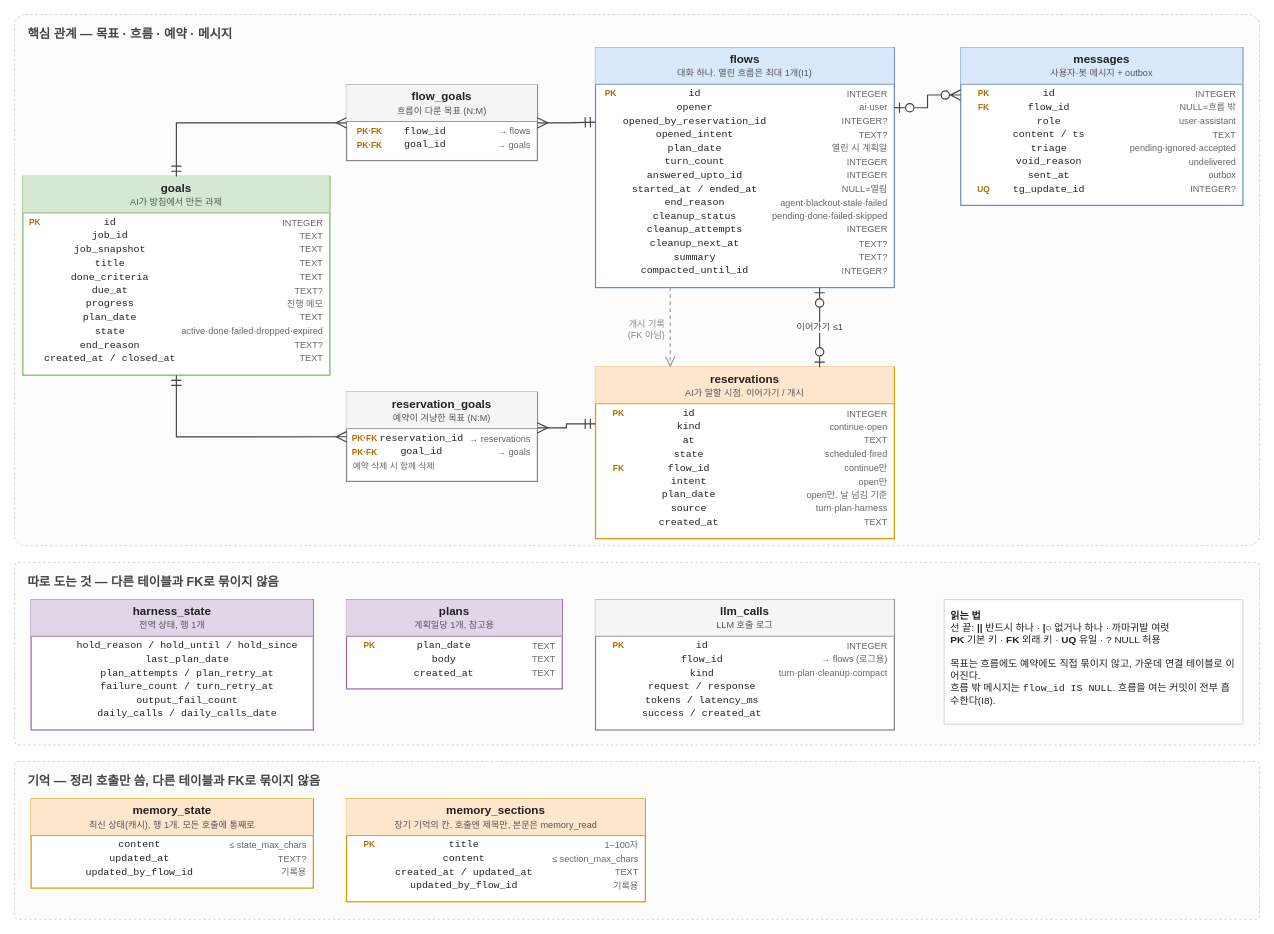
This is docs/harness-erd.drawio from carol-sh/aigan, a draw.io file, before an edit. Source tidied: cells renumbered, new cells numbered last; positions are measured from the earlier drawing's top-left corner, leaving out a move shared by most shapes. Both pictures are drawn from the tidied source at 83%, with x=0, y=0 at pixel (14, 14).
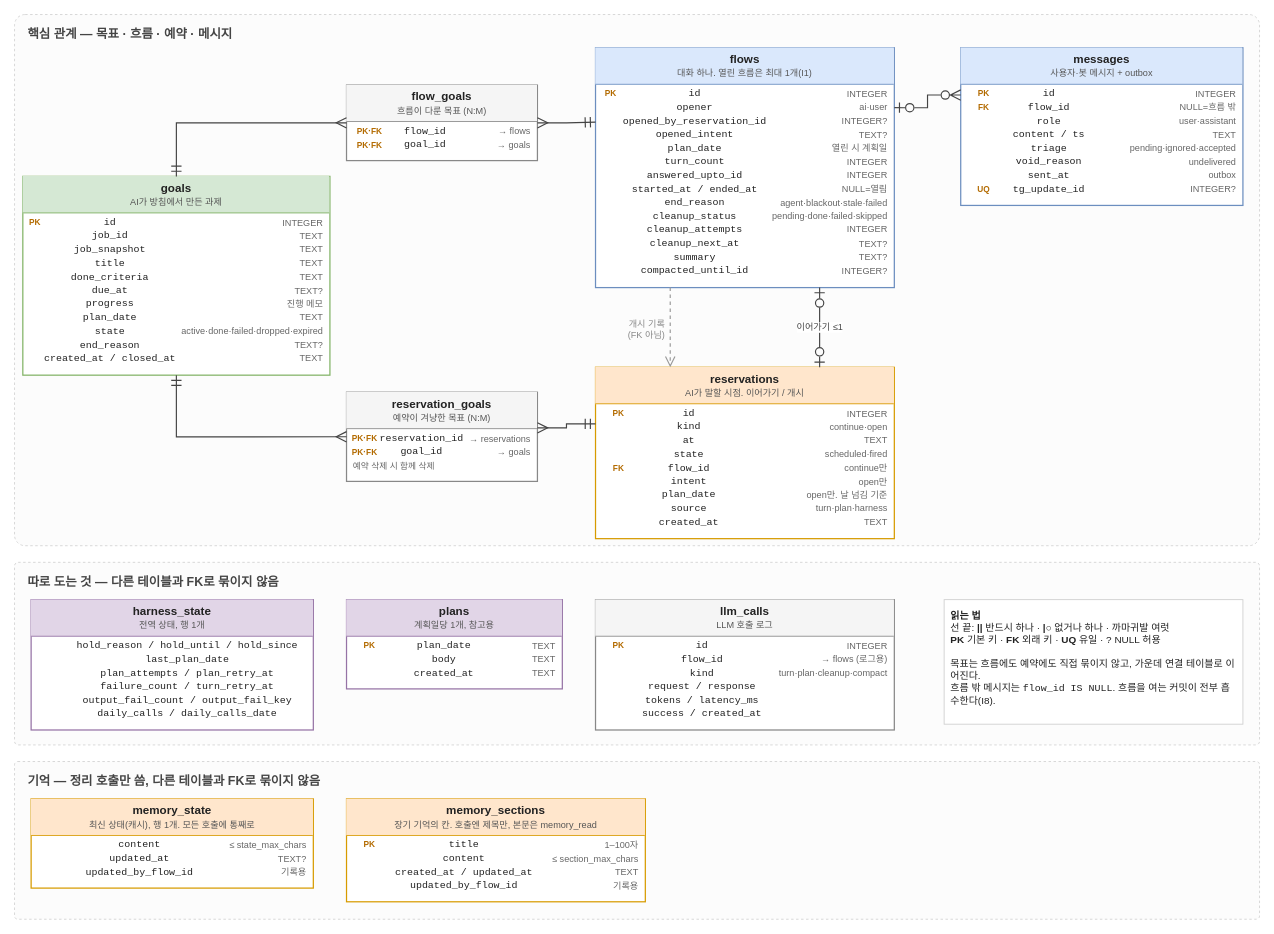
The same diagram, later.

Commit message (it also covers changes not shown here):
docs(v4): waking-window due_at, cumulative re-ask, per-trigger output failures, plan sees expired progress

Claude-Session: https://claude.ai/code/session_01KmJ62PniUGbX3qL5QWqR6C

Diff of the diagram source:
```diff
@@
-    <mxCell id="10" value="&lt;div style='background:#e1d5e7;border-bottom:1px solid #9673a6;padding:6px 0;font-weight:bold;font-size:14px;color:#222'&gt;harness_state&lt;div style='font-weight:normal;font-size:11px;color:#555;margin-top:2px'&gt;전역 상태, 행 1개&lt;/div&gt;&lt;/div&gt;&lt;table style='width:100%;border-collapse:collapse;margin-top:3px;padding:0 6px' cellpadding='1'&gt;&lt;tr&gt;&lt;td style='width:44px;padding-left:6px;color:#b36b00;font-size:10px;font-weight:bold;white-space:nowrap'&gt;&lt;/td&gt;&lt;td style='font-family:monospace;font-size:12px;color:#222;white-space:nowrap'&gt;hold_reason / hold_until / hold_since&lt;/td&gt;&lt;td style='font-size:11px;color:#666;text-align:right;padding-left:6px;padding-right:8px;white-space:nowrap'&gt;&lt;/td&gt;&lt;/tr&gt;&lt;tr&gt;&lt;td style='width:44px;padding-left:6px;color:#b36b00;font-size:10px;font-weight:bold;white-space:nowrap'&gt;&lt;/td&gt;&lt;td style='font-family:monospace;font-size:12px;color:#222;white-space:nowrap'&gt;last_plan_date&lt;/td&gt;&lt;td style='font-size:11px;color:#666;text-align:right;padding-left:6px;padding-right:8px;white-space:nowrap'&gt;&lt;/td&gt;&lt;/tr&gt;&lt;tr&gt;&lt;td style='width:44px;padding-left:6px;color:#b36b00;font-size:10px;font-weight:bold;white-space:nowrap'&gt;&lt;/td&gt;&lt;td style='font-family:monospace;font-size:12px;color:#222;white-space:nowrap'&gt;plan_attempts / plan_retry_at&lt;/td&gt;&lt;td style='font-size:11px;color:#666;text-align:right;padding-left:6px;padding-right:8px;white-space:nowrap'&gt;&lt;/td&gt;&lt;/tr&gt;&lt;tr&gt;&lt;td style='width:44px;padding-left:6px;color:#b36b00;font-size:10px;font-weight:bold;white-space:nowrap'&gt;&lt;/td&gt;&lt;td style='font-family:monospace;font-size:12px;color:#222;white-space:nowrap'&gt;failure_count / turn_retry_at&lt;/td&gt;&lt;td style='font-size:11px;color:#666;text-align:right;padding-left:6px;padding-right:8px;white-space:nowrap'&gt;&lt;/td&gt;&lt;/tr&gt;&lt;tr&gt;&lt;td style='width:44px;padding-left:6px;color:#b36b00;font-size:10px;font-weight:bold;white-space:nowrap'&gt;&lt;/td&gt;&lt;td style='font-family:monospace;font-size:12px;color:#222;white-space:nowrap'&gt;output_fail_count&lt;/td&gt;&lt;td style='font-size:11px;color:#666;text-align:right;padding-left:6px;padding-right:8px;white-space:nowrap'&gt;&lt;/td&gt;&lt;/tr&gt;&lt;tr&gt;&lt;td style='width:44px;padding-left:6px;color:#b36b00;font-size:10px;font-weight:bold;white-space:nowrap'&gt;&lt;/td&gt;&lt;td style='font-family:monospace;font-size:12px;color:#222;white-space:nowrap'&gt;daily_calls / daily_calls_date&lt;/td&gt;&lt;td style='font-size:11px;color:#666;text-align:right;padding-left:6px;padding-right:8px;white-space:nowrap'&gt;&lt;/td&gt;&lt;/tr&gt;&lt;/table&gt;" style="rounded=0;whiteSpace=wrap;html=1;verticalAlign=top;align=center;spacing=0;fillColor=#ffffff;strokeColor=#9673a6;strokeWidth=1.5;overflow=fill;" parent="1" vertex="1">
+    <mxCell id="10" value="&lt;div style='background:#e1d5e7;border-bottom:1px solid #9673a6;padding:6px 0;font-weight:bold;font-size:14px;color:#222'&gt;harness_state&lt;div style='font-weight:normal;font-size:11px;color:#555;margin-top:2px'&gt;전역 상태, 행 1개&lt;/div&gt;&lt;/div&gt;&lt;table style='width:100%;border-collapse:collapse;margin-top:3px;padding:0 6px' cellpadding='1'&gt;&lt;tr&gt;&lt;td style='width:44px;padding-left:6px;color:#b36b00;font-size:10px;font-weight:bold;white-space:nowrap'&gt;&lt;/td&gt;&lt;td style='font-family:monospace;font-size:12px;color:#222;white-space:nowrap'&gt;hold_reason / hold_until / hold_since&lt;/td&gt;&lt;td style='font-size:11px;color:#666;text-align:right;padding-left:6px;padding-right:8px;white-space:nowrap'&gt;&lt;/td&gt;&lt;/tr&gt;&lt;tr&gt;&lt;td style='width:44px;padding-left:6px;color:#b36b00;font-size:10px;font-weight:bold;white-space:nowrap'&gt;&lt;/td&gt;&lt;td style='font-family:monospace;font-size:12px;color:#222;white-space:nowrap'&gt;last_plan_date&lt;/td&gt;&lt;td style='font-size:11px;color:#666;text-align:right;padding-left:6px;padding-right:8px;white-space:nowrap'&gt;&lt;/td&gt;&lt;/tr&gt;&lt;tr&gt;&lt;td style='width:44px;padding-left:6px;color:#b36b00;font-size:10px;font-weight:bold;white-space:nowrap'&gt;&lt;/td&gt;&lt;td style='font-family:monospace;font-size:12px;color:#222;white-space:nowrap'&gt;plan_attempts / plan_retry_at&lt;/td&gt;&lt;td style='font-size:11px;color:#666;text-align:right;padding-left:6px;padding-right:8px;white-space:nowrap'&gt;&lt;/td&gt;&lt;/tr&gt;&lt;tr&gt;&lt;td style='width:44px;padding-left:6px;color:#b36b00;font-size:10px;font-weight:bold;white-space:nowrap'&gt;&lt;/td&gt;&lt;td style='font-family:monospace;font-size:12px;color:#222;white-space:nowrap'&gt;failure_count / turn_retry_at&lt;/td&gt;&lt;td style='font-size:11px;color:#666;text-align:right;padding-left:6px;padding-right:8px;white-space:nowrap'&gt;&lt;/td&gt;&lt;/tr&gt;&lt;tr&gt;&lt;td style='width:44px;padding-left:6px;color:#b36b00;font-size:10px;font-weight:bold;white-space:nowrap'&gt;&lt;/td&gt;&lt;td style='font-family:monospace;font-size:12px;color:#222;white-space:nowrap'&gt;output_fail_count / output_fail_key&lt;/td&gt;&lt;td style='font-size:11px;color:#666;text-align:right;padding-left:6px;padding-right:8px;white-space:nowrap'&gt;&lt;/td&gt;&lt;/tr&gt;&lt;tr&gt;&lt;td style='width:44px;padding-left:6px;color:#b36b00;font-size:10px;font-weight:bold;white-space:nowrap'&gt;&lt;/td&gt;&lt;td style='font-family:monospace;font-size:12px;color:#222;white-space:nowrap'&gt;daily_calls / daily_calls_date&lt;/td&gt;&lt;td style='font-size:11px;color:#666;text-align:right;padding-left:6px;padding-right:8px;white-space:nowrap'&gt;&lt;/td&gt;&lt;/tr&gt;&lt;/table&gt;" style="rounded=0;whiteSpace=wrap;html=1;verticalAlign=top;align=center;spacing=0;fillColor=#ffffff;strokeColor=#9673a6;strokeWidth=1.5;overflow=fill;" parent="1" vertex="1">
       <mxGeometry x="20" y="705" width="340" height="157" as="geometry" />
     </mxCell>
```
